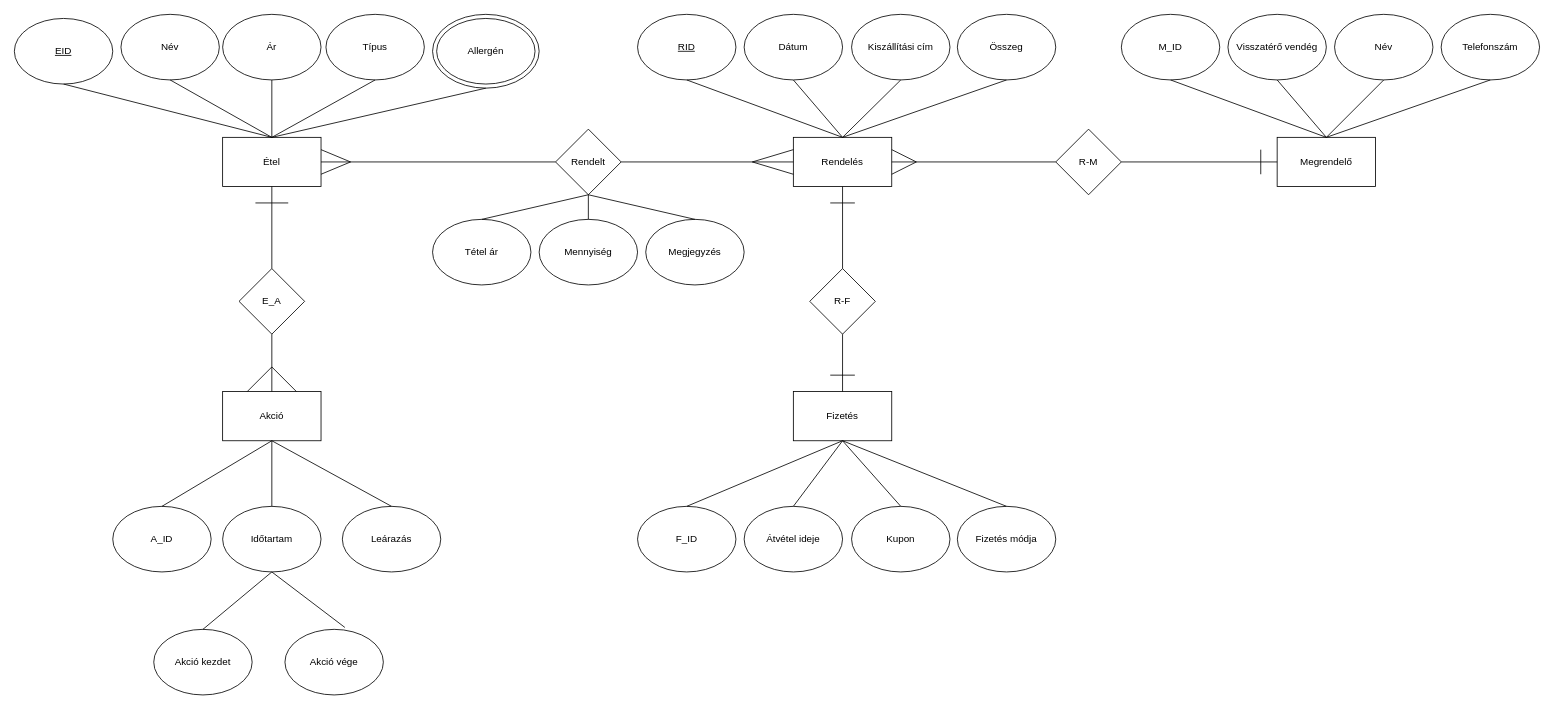
Earlier version of the draw.io diagram OE8BW9_XMLTask/OE8BW9_ER.drawio (UriAlexandra/OE8BW9WebXML). Source tidied: cells renumbered, new cells numbered last; positions are measured from the earlier drawing's top-left corner, leaving out a move shared by most shapes. Both pictures are drawn from the tidied source at 82%, with x=0, y=0 at pixel (14, 14).
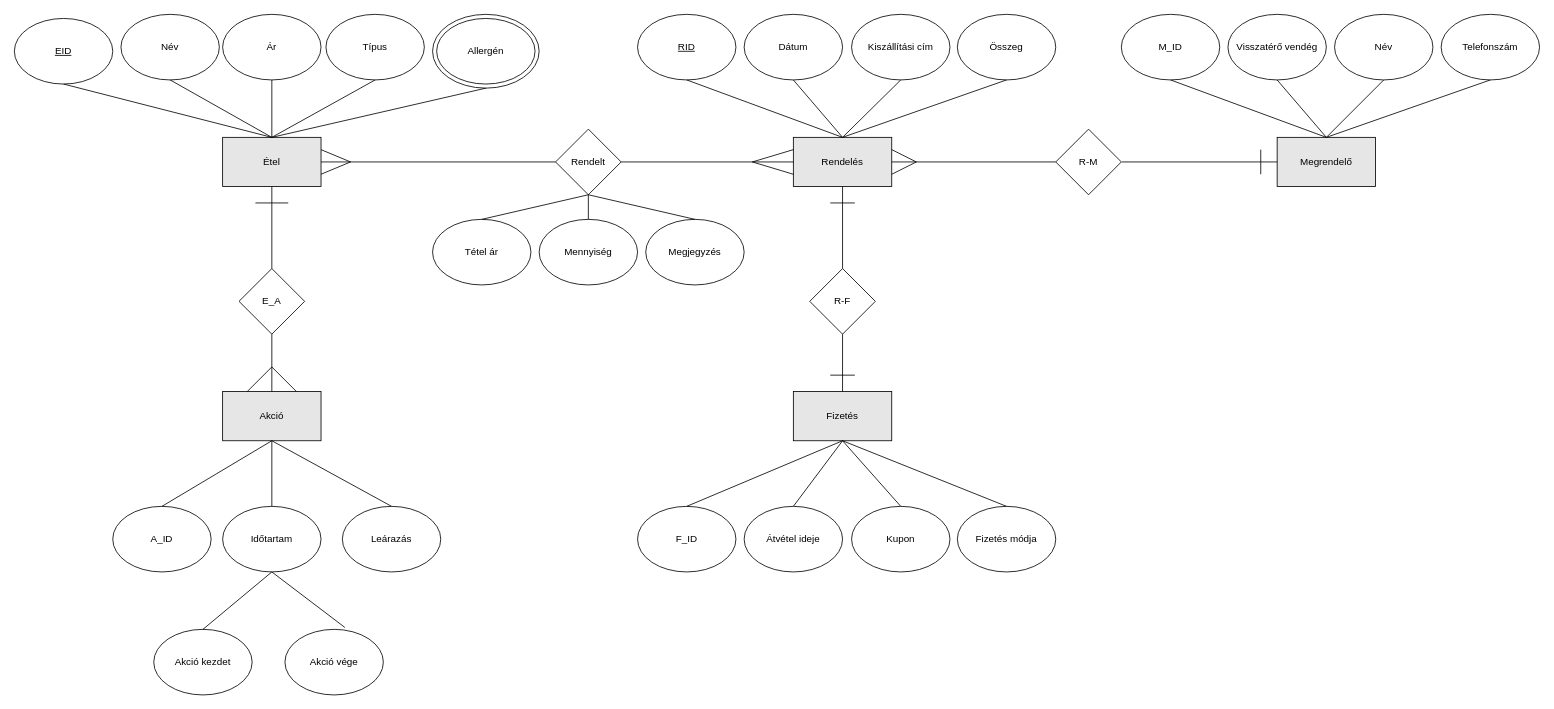
Above is the later version.

The change refers to these unchanged cells:
```xml
<mxCell id="22" style="group;" parent="1" vertex="1">
  <mxGeometry width="640" height="210" as="geometry" />
</mxCell>
```

Change to the diagram source:
```diff
@@
-    <mxCell id="8" value="Akció" style="rounded=0;whiteSpace=wrap;html=1;" parent="1" vertex="1">
+    <mxCell id="8" value="Akció" style="rounded=0;whiteSpace=wrap;html=1;fillColor=#E6E6E6;" parent="1" vertex="1">
       <mxGeometry x="254" y="460" width="120" height="60" as="geometry" />
     </mxCell>
-    <mxCell id="9" value="Fizetés" style="rounded=0;whiteSpace=wrap;html=1;" parent="1" vertex="1">
+    <mxCell id="9" value="Fizetés" style="rounded=0;whiteSpace=wrap;html=1;fillColor=#E6E6E6;" parent="1" vertex="1">
       <mxGeometry x="950" y="460" width="120" height="60" as="geometry" />
     </mxCell>
@@
-    <mxCell id="11" style="group;" parent="1" vertex="1">
+    <mxCell id="11" style="group;fillColor=default;" parent="1" vertex="1">
       <mxGeometry x="1350" width="510" height="210" as="geometry" />
     </mxCell>
-    <mxCell id="12" value="Megrendelő" style="rounded=0;whiteSpace=wrap;html=1;" parent="11" vertex="1">
+    <mxCell id="12" value="Megrendelő" style="rounded=0;whiteSpace=wrap;html=1;fillColor=#E6E6E6;" parent="11" vertex="1">
       <mxGeometry x="190" y="150" width="120" height="60" as="geometry" />
     </mxCell>
@@
-    <mxCell id="23" value="Étel" style="rounded=0;whiteSpace=wrap;html=1;" parent="22" vertex="1">
+    <mxCell id="23" value="Étel" style="rounded=0;whiteSpace=wrap;html=1;fillColor=#E6E6E6;" parent="22" vertex="1">
       <mxGeometry x="254" y="150" width="120" height="60" as="geometry" />
     </mxCell>
@@
-    <mxCell id="37" value="Rendelés" style="rounded=0;whiteSpace=wrap;html=1;" parent="1" vertex="1">
+    <mxCell id="37" value="Rendelés" style="rounded=0;whiteSpace=wrap;html=1;gradientColor=none;fillColor=#E6E6E6;gradientDirection=north;" parent="1" vertex="1">
       <mxGeometry x="950" y="150" width="120" height="60" as="geometry" />
     </mxCell>
```
